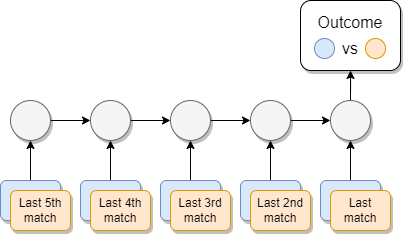
Before: rnn/images/rnn-architecture.png, a diagram exported from draw.io (davnig/football-match-results-prediction). Source tidied: cells renumbered, new cells last; positions are measured from the earlier drawing's top-left corner, leaving out a move shared by most shapes.
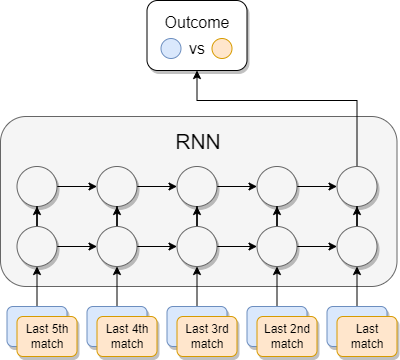
The same file after the commit.

The edit, as a diff of the source:
```diff
@@ -2,66 +2,83 @@
   <root>
     <mxCell id="0" />
     <mxCell id="1" parent="0" />
-    <mxCell id="2" style="edgeStyle=orthogonalEdgeStyle;rounded=1;jettySize=auto;html=1;entryX=0;entryY=0.5;entryDx=0;entryDy=0;curved=1;shadow=0;" parent="1" edge="1" source="3" target="5">
-      <mxGeometry relative="1" as="geometry" />
-    </mxCell>
-    <mxCell id="3" style="ellipse;whiteSpace=wrap;html=1;rounded=1;fillColor=#f5f5f5;strokeColor=#666666;fontColor=#333333;shadow=1;" parent="1" vertex="1">
-      <mxGeometry x="10" y="100" width="40" height="40" as="geometry" />
-    </mxCell>
-    <mxCell id="4" style="edgeStyle=orthogonalEdgeStyle;rounded=1;jettySize=auto;html=1;entryX=0;entryY=0.5;entryDx=0;entryDy=0;curved=1;shadow=0;" parent="1" edge="1" source="5" target="7">
-      <mxGeometry relative="1" as="geometry" />
-    </mxCell>
-    <mxCell id="5" style="ellipse;whiteSpace=wrap;html=1;rounded=1;fillColor=#f5f5f5;strokeColor=#666666;fontColor=#333333;shadow=1;" parent="1" vertex="1">
-      <mxGeometry x="90" y="100" width="40" height="40" as="geometry" />
-    </mxCell>
-    <mxCell id="6" style="edgeStyle=orthogonalEdgeStyle;rounded=1;jettySize=auto;html=1;entryX=0;entryY=0.5;entryDx=0;entryDy=0;curved=1;shadow=0;" parent="1" edge="1" source="7" target="9">
-      <mxGeometry relative="1" as="geometry" />
-    </mxCell>
-    <mxCell id="7" style="ellipse;whiteSpace=wrap;html=1;rounded=1;fillColor=#f5f5f5;strokeColor=#666666;fontColor=#333333;shadow=1;" parent="1" vertex="1">
-      <mxGeometry x="170" y="100" width="40" height="40" as="geometry" />
-    </mxCell>
-    <mxCell id="8" style="edgeStyle=orthogonalEdgeStyle;rounded=1;jettySize=auto;html=1;entryX=0;entryY=0.5;entryDx=0;entryDy=0;curved=1;shadow=0;" parent="1" edge="1" source="9" target="11">
-      <mxGeometry relative="1" as="geometry" />
-    </mxCell>
-    <mxCell id="9" style="ellipse;whiteSpace=wrap;html=1;rounded=1;fillColor=#f5f5f5;strokeColor=#666666;fontColor=#333333;shadow=1;" parent="1" vertex="1">
-      <mxGeometry x="250" y="100" width="40" height="40" as="geometry" />
-    </mxCell>
-    <mxCell id="10" style="edgeStyle=orthogonalEdgeStyle;rounded=0;jettySize=auto;html=1;entryX=0.5;entryY=1;entryDx=0;entryDy=0;fontSize=16;" parent="1" edge="1" source="11" target="27">
-      <mxGeometry relative="1" as="geometry" />
-    </mxCell>
-    <mxCell id="11" style="ellipse;whiteSpace=wrap;html=1;rounded=1;fillColor=#f5f5f5;strokeColor=#666666;fontColor=#333333;shadow=1;" parent="1" vertex="1">
-      <mxGeometry x="330" y="100" width="40" height="40" as="geometry" />
-    </mxCell>
-    <mxCell id="12" style="edgeStyle=orthogonalEdgeStyle;rounded=1;jettySize=auto;html=1;entryX=0.5;entryY=1;entryDx=0;entryDy=0;curved=1;shadow=0;" parent="1" edge="1" source="13" target="3">
-      <mxGeometry relative="1" as="geometry" />
-    </mxCell>
-    <mxCell id="13" style="rounded=1;whiteSpace=wrap;html=1;fillColor=#dae8fc;strokeColor=#6c8ebf;shadow=1;" parent="1" vertex="1">
-      <mxGeometry y="180" width="60" height="40" as="geometry" />
-    </mxCell>
-    <mxCell id="14" style="edgeStyle=orthogonalEdgeStyle;rounded=1;jettySize=auto;html=1;entryX=0.5;entryY=1;entryDx=0;entryDy=0;curved=1;shadow=0;" parent="1" edge="1" source="15" target="5">
-      <mxGeometry relative="1" as="geometry" />
-    </mxCell>
-    <mxCell id="15" style="rounded=1;whiteSpace=wrap;html=1;fillColor=#dae8fc;strokeColor=#6c8ebf;shadow=1;" parent="1" vertex="1">
-      <mxGeometry x="80" y="180" width="60" height="40" as="geometry" />
-    </mxCell>
-    <mxCell id="16" style="edgeStyle=orthogonalEdgeStyle;rounded=1;jettySize=auto;html=1;entryX=0.5;entryY=1;entryDx=0;entryDy=0;curved=1;shadow=0;" parent="1" edge="1" source="17" target="7">
-      <mxGeometry relative="1" as="geometry" />
-    </mxCell>
-    <mxCell id="17" style="rounded=1;whiteSpace=wrap;html=1;fillColor=#dae8fc;strokeColor=#6c8ebf;shadow=1;" parent="1" vertex="1">
-      <mxGeometry x="160" y="180" width="60" height="40" as="geometry" />
-    </mxCell>
-    <mxCell id="18" style="edgeStyle=orthogonalEdgeStyle;rounded=1;jettySize=auto;html=1;entryX=0.5;entryY=1;entryDx=0;entryDy=0;curved=1;shadow=0;" parent="1" edge="1" source="19" target="9">
-      <mxGeometry relative="1" as="geometry" />
-    </mxCell>
-    <mxCell id="19" style="rounded=1;whiteSpace=wrap;html=1;fillColor=#dae8fc;strokeColor=#6c8ebf;shadow=1;" parent="1" vertex="1">
-      <mxGeometry x="240" y="180" width="60" height="40" as="geometry" />
-    </mxCell>
-    <mxCell id="20" style="edgeStyle=orthogonalEdgeStyle;rounded=1;jettySize=auto;html=1;entryX=0.5;entryY=1;entryDx=0;entryDy=0;curved=1;shadow=0;" parent="1" edge="1" source="21" target="11">
-      <mxGeometry relative="1" as="geometry" />
-    </mxCell>
-    <mxCell id="21" style="rounded=1;whiteSpace=wrap;html=1;fillColor=#dae8fc;strokeColor=#6c8ebf;shadow=1;" parent="1" vertex="1">
-      <mxGeometry x="320" y="180" width="60" height="40" as="geometry" />
-    </mxCell>
+    <mxCell id="27" value="&lt;font style=&quot;font-size: 16px;&quot;&gt;Outcome&lt;br&gt;vs&lt;br&gt;&lt;/font&gt;" style="rounded=1;whiteSpace=wrap;html=1;shadow=1;fontSize=21;spacingTop=-5;" parent="1" vertex="1">
+      <mxGeometry x="140" y="-126" width="100" height="70" as="geometry" />
+    </mxCell>
+    <mxCell id="28" style="ellipse;whiteSpace=wrap;html=1;fontSize=16;fillColor=#dae8fc;strokeColor=#6c8ebf;shadow=0;" parent="1" vertex="1">
+      <mxGeometry x="154" y="-88" width="20" height="20" as="geometry" />
+    </mxCell>
+    <mxCell id="29" style="ellipse;whiteSpace=wrap;html=1;fontSize=16;fillColor=#ffe6cc;strokeColor=#d79b00;shadow=0;" parent="1" vertex="1">
+      <mxGeometry x="205" y="-88" width="20" height="20" as="geometry" />
+    </mxCell>
+    <mxCell id="30" style="rounded=1;whiteSpace=wrap;html=1;fillColor=#f5f5f5;fontColor=#333333;strokeColor=#666666;" parent="1" vertex="1">
+      <mxGeometry x="-6.5" y="-10" width="396.5" height="170" as="geometry" />
+    </mxCell>
+    <mxCell id="31" style="edgeStyle=orthogonalEdgeStyle;rounded=1;jettySize=auto;html=1;entryX=0;entryY=0.5;entryDx=0;entryDy=0;curved=1;shadow=0;" parent="1" edge="1" source="32" target="34">
+      <mxGeometry relative="1" as="geometry" />
+    </mxCell>
+    <mxCell id="32" style="ellipse;whiteSpace=wrap;html=1;rounded=1;fillColor=#f5f5f5;strokeColor=#666666;fontColor=#333333;shadow=1;" parent="1" vertex="1">
+      <mxGeometry x="10" y="40" width="40" height="40" as="geometry" />
+    </mxCell>
+    <mxCell id="33" style="edgeStyle=orthogonalEdgeStyle;rounded=1;jettySize=auto;html=1;entryX=0;entryY=0.5;entryDx=0;entryDy=0;curved=1;shadow=0;" parent="1" edge="1" source="34" target="36">
+      <mxGeometry relative="1" as="geometry" />
+    </mxCell>
+    <mxCell id="34" style="ellipse;whiteSpace=wrap;html=1;rounded=1;fillColor=#f5f5f5;strokeColor=#666666;fontColor=#333333;shadow=1;" parent="1" vertex="1">
+      <mxGeometry x="90" y="40" width="40" height="40" as="geometry" />
+    </mxCell>
+    <mxCell id="35" style="edgeStyle=orthogonalEdgeStyle;rounded=1;jettySize=auto;html=1;entryX=0;entryY=0.5;entryDx=0;entryDy=0;curved=1;shadow=0;" parent="1" edge="1" source="36" target="38">
+      <mxGeometry relative="1" as="geometry" />
+    </mxCell>
+    <mxCell id="36" style="ellipse;whiteSpace=wrap;html=1;rounded=1;fillColor=#f5f5f5;strokeColor=#666666;fontColor=#333333;shadow=1;" parent="1" vertex="1">
+      <mxGeometry x="170" y="40" width="40" height="40" as="geometry" />
+    </mxCell>
+    <mxCell id="37" style="edgeStyle=orthogonalEdgeStyle;rounded=1;jettySize=auto;html=1;entryX=0;entryY=0.5;entryDx=0;entryDy=0;curved=1;shadow=0;" parent="1" edge="1" source="38" target="40">
+      <mxGeometry relative="1" as="geometry" />
+    </mxCell>
+    <mxCell id="38" style="ellipse;whiteSpace=wrap;html=1;rounded=1;fillColor=#f5f5f5;strokeColor=#666666;fontColor=#333333;shadow=1;" parent="1" vertex="1">
+      <mxGeometry x="250" y="40" width="40" height="40" as="geometry" />
+    </mxCell>
+    <mxCell id="39" style="edgeStyle=orthogonalEdgeStyle;rounded=0;jettySize=auto;html=1;entryX=0.5;entryY=1;entryDx=0;entryDy=0;" parent="1" edge="1" source="40" target="27">
+      <mxGeometry relative="1" as="geometry">
+        <Array as="points">
+          <mxPoint x="350.5" y="-26" />
+          <mxPoint x="190.5" y="-26" />
+        </Array>
+      </mxGeometry>
+    </mxCell>
+    <mxCell id="40" style="ellipse;whiteSpace=wrap;html=1;rounded=1;fillColor=#f5f5f5;strokeColor=#666666;fontColor=#333333;shadow=1;" parent="1" vertex="1">
+      <mxGeometry x="330" y="40" width="40" height="40" as="geometry" />
+    </mxCell>
+    <mxCell id="41" style="edgeStyle=orthogonalEdgeStyle;rounded=0;jettySize=auto;html=1;entryX=0.5;entryY=1;entryDx=0;entryDy=0;" parent="1" edge="1" source="42" target="53">
+      <mxGeometry relative="1" as="geometry" />
+    </mxCell>
+    <mxCell id="42" style="rounded=1;whiteSpace=wrap;html=1;fillColor=#dae8fc;strokeColor=#6c8ebf;shadow=1;" parent="1" vertex="1">
+      <mxGeometry y="180" width="60" height="40" as="geometry" />
+    </mxCell>
+    <mxCell id="43" style="edgeStyle=orthogonalEdgeStyle;rounded=0;jettySize=auto;html=1;entryX=0.5;entryY=1;entryDx=0;entryDy=0;" parent="1" edge="1" source="44" target="56">
+      <mxGeometry relative="1" as="geometry" />
+    </mxCell>
+    <mxCell id="44" style="rounded=1;whiteSpace=wrap;html=1;fillColor=#dae8fc;strokeColor=#6c8ebf;shadow=1;" parent="1" vertex="1">
+      <mxGeometry x="80" y="180" width="60" height="40" as="geometry" />
+    </mxCell>
+    <mxCell id="45" style="edgeStyle=orthogonalEdgeStyle;rounded=0;jettySize=auto;html=1;entryX=0.5;entryY=1;entryDx=0;entryDy=0;" parent="1" edge="1" source="46" target="59">
+      <mxGeometry relative="1" as="geometry" />
+    </mxCell>
+    <mxCell id="46" style="rounded=1;whiteSpace=wrap;html=1;fillColor=#dae8fc;strokeColor=#6c8ebf;shadow=1;" parent="1" vertex="1">
+      <mxGeometry x="160" y="180" width="60" height="40" as="geometry" />
+    </mxCell>
+    <mxCell id="47" style="edgeStyle=orthogonalEdgeStyle;rounded=0;jettySize=auto;html=1;entryX=0.5;entryY=1;entryDx=0;entryDy=0;" parent="1" edge="1" source="48" target="62">
+      <mxGeometry relative="1" as="geometry" />
+    </mxCell>
+    <mxCell id="48" style="rounded=1;whiteSpace=wrap;html=1;fillColor=#dae8fc;strokeColor=#6c8ebf;shadow=1;" parent="1" vertex="1">
+      <mxGeometry x="240" y="180" width="60" height="40" as="geometry" />
+    </mxCell>
+    <mxCell id="49" style="edgeStyle=orthogonalEdgeStyle;rounded=0;jettySize=auto;html=1;entryX=0.5;entryY=1;entryDx=0;entryDy=0;" parent="1" edge="1" source="50" target="64">
+      <mxGeometry relative="1" as="geometry" />
+    </mxCell>
+    <mxCell id="50" style="rounded=1;whiteSpace=wrap;html=1;fillColor=#dae8fc;strokeColor=#6c8ebf;shadow=1;" parent="1" vertex="1">
+      <mxGeometry x="320" y="180" width="60" height="40" as="geometry" />
+    </mxCell>
     <mxCell id="22" value="Last 5th match" style="rounded=1;whiteSpace=wrap;html=1;fillColor=#ffe6cc;strokeColor=#d79b00;shadow=1;" parent="1" vertex="1">
       <mxGeometry x="10" y="190" width="60" height="40" as="geometry" />
     </mxCell>
@@ -77,14 +94,50 @@
     <mxCell id="26" value="Last match" style="rounded=1;whiteSpace=wrap;html=1;fillColor=#ffe6cc;strokeColor=#d79b00;shadow=1;" parent="1" vertex="1">
       <mxGeometry x="330" y="190" width="60" height="40" as="geometry" />
     </mxCell>
-    <mxCell id="27" value="&lt;font style=&quot;font-size: 16px;&quot;&gt;Outcome&lt;br&gt;vs&lt;br&gt;&lt;/font&gt;" style="rounded=1;whiteSpace=wrap;html=1;shadow=1;fontSize=21;spacingTop=-5;" parent="1" vertex="1">
-      <mxGeometry x="300" width="100" height="70" as="geometry" />
-    </mxCell>
-    <mxCell id="28" style="ellipse;whiteSpace=wrap;html=1;fontSize=16;fillColor=#dae8fc;strokeColor=#6c8ebf;shadow=0;" parent="1" vertex="1">
-      <mxGeometry x="314" y="38" width="20" height="20" as="geometry" />
-    </mxCell>
-    <mxCell id="29" style="ellipse;whiteSpace=wrap;html=1;fontSize=16;fillColor=#ffe6cc;strokeColor=#d79b00;shadow=0;" parent="1" vertex="1">
-      <mxGeometry x="365" y="38" width="20" height="20" as="geometry" />
-    </mxCell>
+    <mxCell id="51" style="edgeStyle=orthogonalEdgeStyle;rounded=1;jettySize=auto;html=1;entryX=0;entryY=0.5;entryDx=0;entryDy=0;curved=1;shadow=0;" parent="1" edge="1" source="53" target="56">
+      <mxGeometry relative="1" as="geometry" />
+    </mxCell>
+    <mxCell id="52" style="edgeStyle=orthogonalEdgeStyle;rounded=0;jettySize=auto;html=1;entryX=0.5;entryY=1;entryDx=0;entryDy=0;" parent="1" edge="1" source="53" target="32">
+      <mxGeometry relative="1" as="geometry" />
+    </mxCell>
+    <mxCell id="53" style="ellipse;whiteSpace=wrap;html=1;rounded=1;fillColor=#f5f5f5;strokeColor=#666666;fontColor=#333333;shadow=1;" parent="1" vertex="1">
+      <mxGeometry x="10" y="100" width="40" height="40" as="geometry" />
+    </mxCell>
+    <mxCell id="54" style="edgeStyle=orthogonalEdgeStyle;rounded=1;jettySize=auto;html=1;entryX=0;entryY=0.5;entryDx=0;entryDy=0;curved=1;shadow=0;" parent="1" edge="1" source="56" target="59">
+      <mxGeometry relative="1" as="geometry" />
+    </mxCell>
+    <mxCell id="55" style="edgeStyle=orthogonalEdgeStyle;rounded=0;jettySize=auto;html=1;entryX=0.5;entryY=1;entryDx=0;entryDy=0;" parent="1" edge="1" source="56" target="34">
+      <mxGeometry relative="1" as="geometry" />
+    </mxCell>
+    <mxCell id="56" style="ellipse;whiteSpace=wrap;html=1;rounded=1;fillColor=#f5f5f5;strokeColor=#666666;fontColor=#333333;shadow=1;" parent="1" vertex="1">
+      <mxGeometry x="90" y="100" width="40" height="40" as="geometry" />
+    </mxCell>
+    <mxCell id="57" style="edgeStyle=orthogonalEdgeStyle;rounded=1;jettySize=auto;html=1;entryX=0;entryY=0.5;entryDx=0;entryDy=0;curved=1;shadow=0;" parent="1" edge="1" source="59" target="62">
+      <mxGeometry relative="1" as="geometry" />
+    </mxCell>
+    <mxCell id="58" style="edgeStyle=orthogonalEdgeStyle;rounded=0;jettySize=auto;html=1;entryX=0.5;entryY=1;entryDx=0;entryDy=0;" parent="1" edge="1" source="59" target="36">
+      <mxGeometry relative="1" as="geometry" />
+    </mxCell>
+    <mxCell id="59" style="ellipse;whiteSpace=wrap;html=1;rounded=1;fillColor=#f5f5f5;strokeColor=#666666;fontColor=#333333;shadow=1;" parent="1" vertex="1">
+      <mxGeometry x="170" y="100" width="40" height="40" as="geometry" />
+    </mxCell>
+    <mxCell id="60" style="edgeStyle=orthogonalEdgeStyle;rounded=1;jettySize=auto;html=1;entryX=0;entryY=0.5;entryDx=0;entryDy=0;curved=1;shadow=0;" parent="1" edge="1" source="62" target="64">
+      <mxGeometry relative="1" as="geometry" />
+    </mxCell>
+    <mxCell id="61" style="edgeStyle=orthogonalEdgeStyle;rounded=0;jettySize=auto;html=1;entryX=0.5;entryY=1;entryDx=0;entryDy=0;" parent="1" edge="1" source="62" target="38">
+      <mxGeometry relative="1" as="geometry" />
+    </mxCell>
+    <mxCell id="62" style="ellipse;whiteSpace=wrap;html=1;rounded=1;fillColor=#f5f5f5;strokeColor=#666666;fontColor=#333333;shadow=1;" parent="1" vertex="1">
+      <mxGeometry x="250" y="100" width="40" height="40" as="geometry" />
+    </mxCell>
+    <mxCell id="63" style="edgeStyle=orthogonalEdgeStyle;rounded=0;jettySize=auto;html=1;entryX=0.5;entryY=1;entryDx=0;entryDy=0;" parent="1" edge="1" source="64" target="40">
+      <mxGeometry relative="1" as="geometry" />
+    </mxCell>
+    <mxCell id="64" style="ellipse;whiteSpace=wrap;html=1;rounded=1;fillColor=#f5f5f5;strokeColor=#666666;fontColor=#333333;shadow=1;" parent="1" vertex="1">
+      <mxGeometry x="330" y="100" width="40" height="40" as="geometry" />
+    </mxCell>
+    <mxCell id="65" value="RNN" style="text;html=1;strokeColor=none;fillColor=none;align=center;verticalAlign=middle;whiteSpace=wrap;rounded=0;fontSize=21;" parent="1" vertex="1">
+      <mxGeometry x="161.8" width="60" height="30" as="geometry" />
+    </mxCell>
   </root>
 </mxGraphModel>
```
